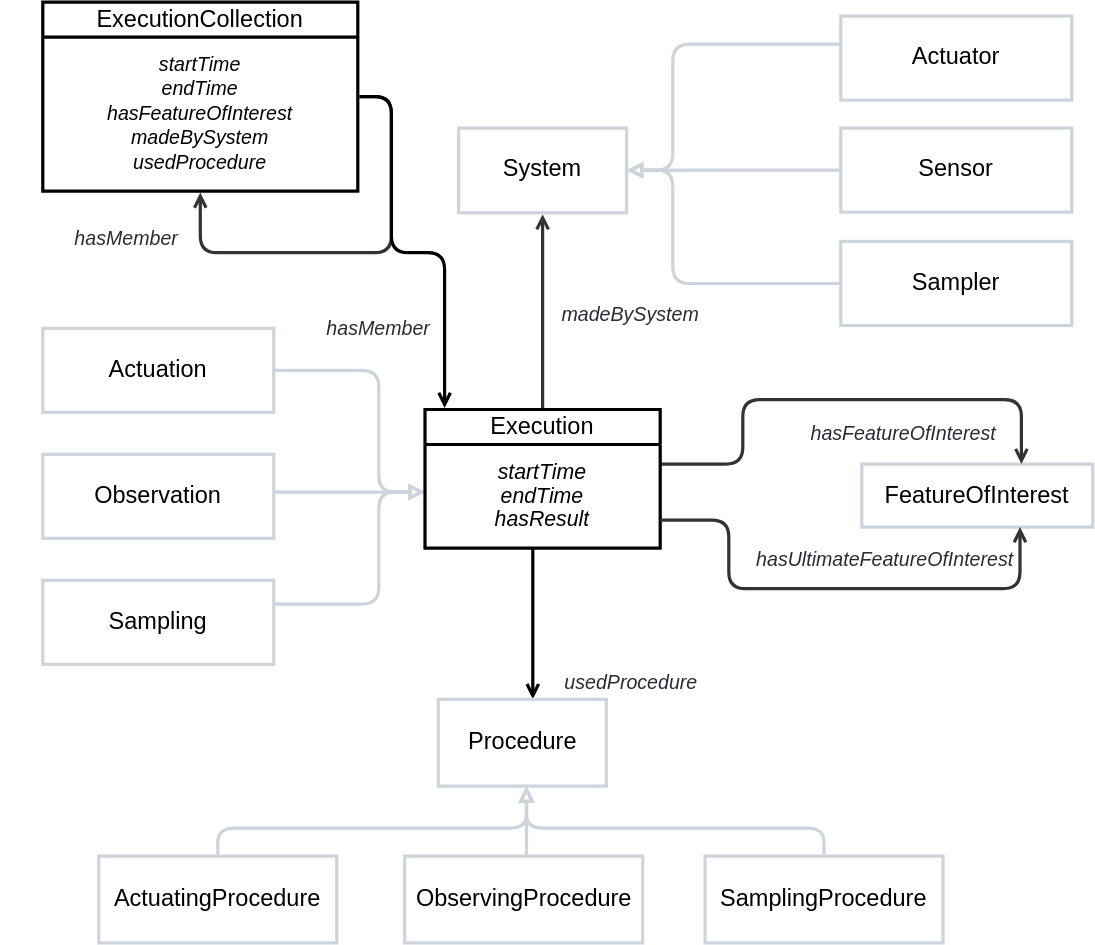
Earlier version of the draw.io export ssn/images/Execution.svg (afeliachi/sdw-sosa-ssn). Source tidied: cells renumbered, new cells last; positions are measured from the earlier drawing's top-left corner, leaving out a move shared by most shapes.
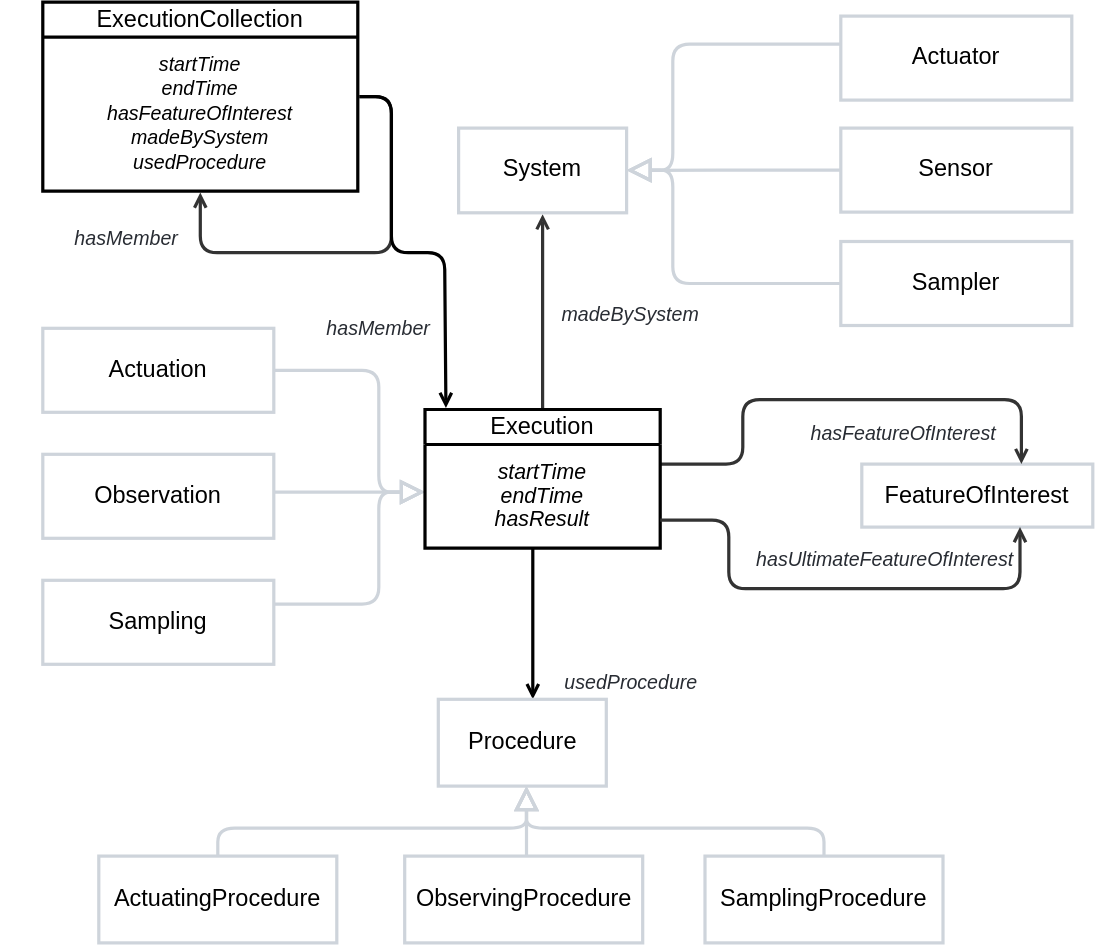
The same diagram one commit later.

Change to the diagram source:
```diff
@@ -2,7 +2,7 @@
   <root>
     <mxCell id="0" />
     <mxCell id="1" parent="0" />
-    <mxCell id="2" style="html=1;jettySize=18;whiteSpace=wrap;fontSize=13;strokeColor=#ced4db;strokeOpacity=100;strokeWidth=2.3;rounded=1;arcSize=24;edgeStyle=orthogonalEdgeStyle;startArrow=none;lucidId=aH7gLFh9nN79;endArrow=block;endFill=0;" parent="1" edge="1" source="5" target="15">
+    <mxCell id="2" style="html=1;jettySize=18;whiteSpace=wrap;fontSize=13;strokeColor=#ced4db;strokeOpacity=100;strokeWidth=2.3;rounded=1;arcSize=24;edgeStyle=orthogonalEdgeStyle;startArrow=none;lucidId=aH7gLFh9nN79;endArrow=block;endFill=0;endSize=12;" parent="1" edge="1" source="5" target="15">
       <mxGeometry relative="1" as="geometry">
         <Array as="points">
           <mxPoint x="270" y="263" />
@@ -10,7 +10,7 @@
         </Array>
       </mxGeometry>
     </mxCell>
-    <mxCell id="3" style="html=1;jettySize=18;whiteSpace=wrap;fontSize=13;strokeColor=#ced4db;strokeOpacity=100;strokeWidth=2.3;rounded=1;arcSize=24;edgeStyle=orthogonalEdgeStyle;startArrow=none;lucidId=rH7gxNO05K2P;endArrow=block;endFill=0;" parent="1" edge="1" source="6" target="15">
+    <mxCell id="3" style="html=1;jettySize=18;whiteSpace=wrap;fontSize=13;strokeColor=#ced4db;strokeOpacity=100;strokeWidth=2.3;rounded=1;arcSize=24;edgeStyle=orthogonalEdgeStyle;startArrow=none;lucidId=rH7gxNO05K2P;endArrow=block;endFill=0;endSize=12;" parent="1" edge="1" source="6" target="15">
       <mxGeometry relative="1" as="geometry">
         <Array as="points">
           <mxPoint x="220" y="350" />
@@ -18,7 +18,7 @@
         </Array>
       </mxGeometry>
     </mxCell>
-    <mxCell id="4" style="html=1;jettySize=18;whiteSpace=wrap;fontSize=13;strokeColor=#ced4db;strokeOpacity=100;strokeWidth=2.3;rounded=1;arcSize=24;edgeStyle=orthogonalEdgeStyle;startArrow=none;lucidId=vH7gRg6P1TfJ;endArrow=block;endFill=0;" parent="1" edge="1" source="7" target="15">
+    <mxCell id="4" style="html=1;jettySize=18;whiteSpace=wrap;fontSize=13;strokeColor=#ced4db;strokeOpacity=100;strokeWidth=2.3;rounded=1;arcSize=24;edgeStyle=orthogonalEdgeStyle;startArrow=none;lucidId=vH7gRg6P1TfJ;endArrow=block;endFill=0;endSize=12;" parent="1" edge="1" source="7" target="15">
       <mxGeometry relative="1" as="geometry">
         <Array as="points">
           <mxPoint x="270" y="430" />
@@ -85,7 +85,7 @@
     <mxCell id="18" style="html=1;jettySize=18;whiteSpace=wrap;fontSize=13;strokeColor=#333333;strokeOpacity=100;strokeWidth=2.3;rounded=1;arcSize=24;edgeStyle=orthogonalEdgeStyle;startArrow=open;endArrow=none;exitX=0.5;exitY=1.016;exitPerimeter=0;entryX=0.5;entryY=-0.011;entryPerimeter=0;lucidId=UaJz7YgWqjG-;" parent="1" edge="1" source="22" target="14">
       <mxGeometry relative="1" as="geometry" />
     </mxCell>
-    <mxCell id="19" style="html=1;jettySize=18;whiteSpace=wrap;fontSize=13;strokeColor=#ced4db;strokeOpacity=100;strokeWidth=2.3;rounded=1;arcSize=24;edgeStyle=orthogonalEdgeStyle;startArrow=none;lucidId=hbJzspfDvafF;endArrow=block;endFill=0;entryX=1;entryY=0.496;entryDx=0;entryDy=0;entryPerimeter=0;" parent="1" edge="1" source="23" target="22">
+    <mxCell id="19" style="html=1;jettySize=18;whiteSpace=wrap;fontSize=13;strokeColor=#ced4db;strokeOpacity=100;strokeWidth=2.3;rounded=1;arcSize=24;edgeStyle=orthogonalEdgeStyle;startArrow=none;lucidId=hbJzspfDvafF;endArrow=block;endFill=0;entryX=1;entryY=0.496;entryDx=0;entryDy=0;entryPerimeter=0;endSize=12;" parent="1" edge="1" source="23" target="22">
       <mxGeometry relative="1" as="geometry">
         <Array as="points">
           <mxPoint x="480" y="30" />
@@ -93,10 +93,10 @@
         </Array>
       </mxGeometry>
     </mxCell>
-    <mxCell id="20" style="html=1;jettySize=18;whiteSpace=wrap;fontSize=13;strokeColor=#ced4db;strokeOpacity=100;strokeWidth=2.3;rounded=1;arcSize=24;edgeStyle=orthogonalEdgeStyle;startArrow=none;lucidId=hbJzWx3myiD1;endArrow=block;endFill=0;entryX=1;entryY=0.5;entryDx=0;entryDy=0;" parent="1" edge="1" source="24" target="22">
+    <mxCell id="20" style="html=1;jettySize=18;whiteSpace=wrap;fontSize=13;strokeColor=#ced4db;strokeOpacity=100;strokeWidth=2.3;rounded=1;arcSize=24;edgeStyle=orthogonalEdgeStyle;startArrow=none;lucidId=hbJzWx3myiD1;endArrow=block;endFill=0;entryX=1;entryY=0.5;entryDx=0;entryDy=0;endSize=12;" parent="1" edge="1" source="24" target="22">
       <mxGeometry relative="1" as="geometry" />
     </mxCell>
-    <mxCell id="21" style="html=1;jettySize=18;whiteSpace=wrap;fontSize=13;strokeColor=#ced4db;strokeOpacity=100;strokeWidth=2.3;rounded=1;arcSize=24;edgeStyle=orthogonalEdgeStyle;startArrow=none;lucidId=hbJzRM.GbZbk;endArrow=block;endFill=0;" parent="1" edge="1" source="25" target="22">
+    <mxCell id="21" style="html=1;jettySize=18;whiteSpace=wrap;fontSize=13;strokeColor=#ced4db;strokeOpacity=100;strokeWidth=2.3;rounded=1;arcSize=24;edgeStyle=orthogonalEdgeStyle;startArrow=none;lucidId=hbJzRM.GbZbk;endArrow=block;endFill=0;endSize=12;" parent="1" edge="1" source="25" target="22">
       <mxGeometry relative="1" as="geometry">
         <Array as="points">
           <mxPoint x="480" y="201" />
@@ -158,7 +158,7 @@
     <mxCell id="35" value="SamplingProcedure" style="html=1;overflow=block;blockSpacing=1;whiteSpace=wrap;fontSize=16.8;align=center;spacing=0;strokeColor=#ced4db;strokeOpacity=100;fillColor=none;strokeWidth=2.3;swimlaneFillColor=none;" parent="1" vertex="1">
       <mxGeometry x="503" y="610" width="170" height="62" as="geometry" />
     </mxCell>
-    <mxCell id="36" style="html=1;jettySize=18;whiteSpace=wrap;fontSize=13;strokeColor=#ced4db;strokeOpacity=100;strokeWidth=2.3;rounded=1;arcSize=24;edgeStyle=orthogonalEdgeStyle;startArrow=none;lucidId=vH7gRg6P1TfJ;endArrow=block;endFill=0;" parent="1" edge="1" source="33" target="10">
+    <mxCell id="36" style="html=1;jettySize=18;whiteSpace=wrap;fontSize=13;strokeColor=#ced4db;strokeOpacity=100;strokeWidth=2.3;rounded=1;arcSize=24;edgeStyle=orthogonalEdgeStyle;startArrow=none;lucidId=vH7gRg6P1TfJ;endArrow=block;endFill=0;endSize=12;" parent="1" edge="1" source="33" target="10">
       <mxGeometry relative="1" as="geometry">
         <Array as="points">
           <mxPoint x="155.5" y="590" />
@@ -166,7 +166,7 @@
         </Array>
       </mxGeometry>
     </mxCell>
-    <mxCell id="37" style="html=1;jettySize=18;whiteSpace=wrap;fontSize=13;strokeColor=#ced4db;strokeOpacity=100;strokeWidth=2.3;rounded=1;arcSize=24;edgeStyle=orthogonalEdgeStyle;startArrow=none;lucidId=vH7gRg6P1TfJ;endArrow=block;endFill=0;" parent="1" edge="1" source="35">
+    <mxCell id="37" style="html=1;jettySize=18;whiteSpace=wrap;fontSize=13;strokeColor=#ced4db;strokeOpacity=100;strokeWidth=2.3;rounded=1;arcSize=24;edgeStyle=orthogonalEdgeStyle;startArrow=none;lucidId=vH7gRg6P1TfJ;endArrow=block;endFill=0;endSize=12;" parent="1" edge="1" source="35">
       <mxGeometry relative="1" as="geometry">
         <mxPoint x="375.5" y="560" as="targetPoint" />
         <Array as="points">
@@ -175,7 +175,7 @@
         </Array>
       </mxGeometry>
     </mxCell>
-    <mxCell id="38" style="html=1;jettySize=18;whiteSpace=wrap;fontSize=13;strokeColor=#ced4db;strokeOpacity=100;strokeWidth=2.3;rounded=1;arcSize=24;edgeStyle=orthogonalEdgeStyle;startArrow=none;lucidId=vH7gRg6P1TfJ;endArrow=block;endFill=0;" parent="1" edge="1" source="34" target="10">
+    <mxCell id="38" style="html=1;jettySize=18;whiteSpace=wrap;fontSize=13;strokeColor=#ced4db;strokeOpacity=100;strokeWidth=2.3;rounded=1;arcSize=24;edgeStyle=orthogonalEdgeStyle;startArrow=none;lucidId=vH7gRg6P1TfJ;endArrow=block;endFill=0;endSize=12;" parent="1" edge="1" source="34" target="10">
       <mxGeometry relative="1" as="geometry">
         <Array as="points">
           <mxPoint x="375.5" y="600" />
```
